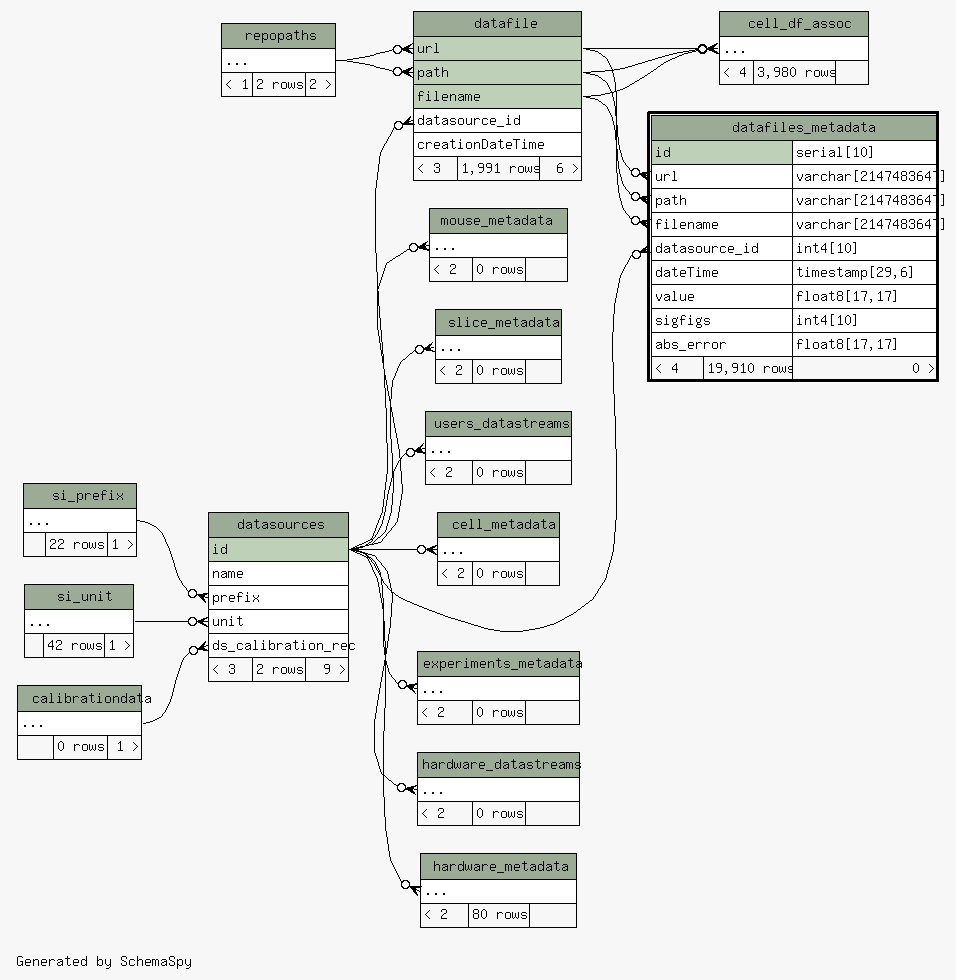
Before: database/ss/diagrams/datafiles_metadata.2degrees.png, a diagram exported from Graphviz (tgbugs/mlab). Its source is kept beside it as database/ss/diagrams/datafiles_metadata.2degrees.dot. Source of this version:
```dot
digraph "twoDegreesRelationshipsDiagram" {
  graph [
    rankdir="RL"
    bgcolor="#f7f7f7"
    label="\nGenerated by SchemaSpy"
    labeljust="l"
    nodesep="0.18"
    ranksep="0.46"
    fontname="Helvetica"
    fontsize="11"
  ];
  node [
    fontname="Helvetica"
    fontsize="11"
    shape="plaintext"
  ];
  edge [
    arrowsize="0.8"
  ];
  "cell_df_assoc":"elipses":w -> "datafile":"filename":e [arrowhead=none dir=back arrowtail=crowodot];
  "cell_df_assoc":"elipses":w -> "datafile":"path":e [arrowhead=none dir=back arrowtail=crowodot];
  "cell_df_assoc":"elipses":w -> "datafile":"url":e [arrowhead=none dir=back arrowtail=crowodot];
  "cell_metadata":"elipses":w -> "datasources":"id":e [arrowhead=none dir=back arrowtail=crowodot];
  "datafile":"datasource_id":w -> "datasources":"id":e [arrowhead=none dir=back arrowtail=crowodot];
  "datafile":"path":w -> "repopaths":"elipses":e [arrowhead=none dir=back arrowtail=crowodot];
  "datafile":"url":w -> "repopaths":"elipses":e [arrowhead=none dir=back arrowtail=crowodot];
  "datafiles_metadata":"datasource_id":w -> "datasources":"id":e [arrowhead=none dir=back arrowtail=crowodot];
  "datafiles_metadata":"filename":w -> "datafile":"filename":e [arrowhead=none dir=back arrowtail=crowodot];
  "datafiles_metadata":"path":w -> "datafile":"path":e [arrowhead=none dir=back arrowtail=crowodot];
  "datafiles_metadata":"url":w -> "datafile":"url":e [arrowhead=none dir=back arrowtail=crowodot];
  "datasources":"ds_calibration_rec":w -> "calibrationdata":"elipses":e [arrowhead=none dir=back arrowtail=crowodot];
  "datasources":"prefix":w -> "si_prefix":"elipses":e [arrowhead=none dir=back arrowtail=crowodot];
  "datasources":"unit":w -> "si_unit":"elipses":e [arrowhead=none dir=back arrowtail=crowodot];
  "experiments_metadata":"elipses":w -> "datasources":"id":e [arrowhead=none dir=back arrowtail=crowodot];
  "hardware_datastreams":"elipses":w -> "datasources":"id":e [arrowhead=none dir=back arrowtail=crowodot];
  "hardware_metadata":"elipses":w -> "datasources":"id":e [arrowhead=none dir=back arrowtail=crowodot];
  "mouse_metadata":"elipses":w -> "datasources":"id":e [arrowhead=none dir=back arrowtail=crowodot];
  "slice_metadata":"elipses":w -> "datasources":"id":e [arrowhead=none dir=back arrowtail=crowodot];
  "users_datastreams":"elipses":w -> "datasources":"id":e [arrowhead=none dir=back arrowtail=crowodot];
  "calibrationdata" [
    label=<
    <TABLE BORDER="0" CELLBORDER="1" CELLSPACING="0" BGCOLOR="#ffffff">
      <TR><TD COLSPAN="3" BGCOLOR="#9bab96" ALIGN="CENTER">calibrationdata</TD></TR>
      <TR><TD PORT="elipses" COLSPAN="3" ALIGN="LEFT">...</TD></TR>
      <TR><TD ALIGN="LEFT" BGCOLOR="#f7f7f7">  </TD><TD ALIGN="RIGHT" BGCOLOR="#f7f7f7">0 rows</TD><TD ALIGN="RIGHT" BGCOLOR="#f7f7f7">1 &gt;</TD></TR>
    </TABLE>>
    URL="calibrationdata.html"
    tooltip="calibrationdata"
  ];
  "cell_df_assoc" [
    label=<
    <TABLE BORDER="0" CELLBORDER="1" CELLSPACING="0" BGCOLOR="#ffffff">
      <TR><TD COLSPAN="3" BGCOLOR="#9bab96" ALIGN="CENTER">cell_df_assoc</TD></TR>
      <TR><TD PORT="elipses" COLSPAN="3" ALIGN="LEFT">...</TD></TR>
      <TR><TD ALIGN="LEFT" BGCOLOR="#f7f7f7">&lt; 4</TD><TD ALIGN="RIGHT" BGCOLOR="#f7f7f7">3,980 rows</TD><TD ALIGN="RIGHT" BGCOLOR="#f7f7f7">  </TD></TR>
    </TABLE>>
    URL="cell_df_assoc.html"
    tooltip="cell_df_assoc"
  ];
  "cell_metadata" [
    label=<
    <TABLE BORDER="0" CELLBORDER="1" CELLSPACING="0" BGCOLOR="#ffffff">
      <TR><TD COLSPAN="3" BGCOLOR="#9bab96" ALIGN="CENTER">cell_metadata</TD></TR>
      <TR><TD PORT="elipses" COLSPAN="3" ALIGN="LEFT">...</TD></TR>
      <TR><TD ALIGN="LEFT" BGCOLOR="#f7f7f7">&lt; 2</TD><TD ALIGN="RIGHT" BGCOLOR="#f7f7f7">0 rows</TD><TD ALIGN="RIGHT" BGCOLOR="#f7f7f7">  </TD></TR>
    </TABLE>>
    URL="cell_metadata.html"
    tooltip="cell_metadata"
  ];
  "datafile" [
    label=<
    <TABLE BORDER="0" CELLBORDER="1" CELLSPACING="0" BGCOLOR="#ffffff">
      <TR><TD COLSPAN="3" BGCOLOR="#9bab96" ALIGN="CENTER">datafile</TD></TR>
      <TR><TD PORT="url" COLSPAN="3" BGCOLOR="#bed1b8" ALIGN="LEFT">url</TD></TR>
      <TR><TD PORT="path" COLSPAN="3" BGCOLOR="#bed1b8" ALIGN="LEFT">path</TD></TR>
      <TR><TD PORT="filename" COLSPAN="3" BGCOLOR="#bed1b8" ALIGN="LEFT">filename</TD></TR>
      <TR><TD PORT="datasource_id" COLSPAN="3" ALIGN="LEFT">datasource_id</TD></TR>
      <TR><TD PORT="creationDateTime" COLSPAN="3" ALIGN="LEFT">creationDateTime</TD></TR>
      <TR><TD ALIGN="LEFT" BGCOLOR="#f7f7f7">&lt; 3</TD><TD ALIGN="RIGHT" BGCOLOR="#f7f7f7">1,991 rows</TD><TD ALIGN="RIGHT" BGCOLOR="#f7f7f7">6 &gt;</TD></TR>
    </TABLE>>
    URL="datafile.html"
    tooltip="datafile"
  ];
  "datafiles_metadata" [
    label=<
    <TABLE BORDER="2" CELLBORDER="1" CELLSPACING="0" BGCOLOR="#ffffff">
      <TR><TD COLSPAN="3" BGCOLOR="#9bab96" ALIGN="CENTER">datafiles_metadata</TD></TR>
      <TR><TD PORT="id" COLSPAN="2" BGCOLOR="#bed1b8" ALIGN="LEFT">id</TD><TD PORT="id.type" ALIGN="LEFT">serial[10]</TD></TR>
      <TR><TD PORT="url" COLSPAN="2" ALIGN="LEFT">url</TD><TD PORT="url.type" ALIGN="LEFT">varchar[2147483647]</TD></TR>
      <TR><TD PORT="path" COLSPAN="2" ALIGN="LEFT">path</TD><TD PORT="path.type" ALIGN="LEFT">varchar[2147483647]</TD></TR>
      <TR><TD PORT="filename" COLSPAN="2" ALIGN="LEFT">filename</TD><TD PORT="filename.type" ALIGN="LEFT">varchar[2147483647]</TD></TR>
      <TR><TD PORT="datasource_id" COLSPAN="2" ALIGN="LEFT">datasource_id</TD><TD PORT="datasource_id.type" ALIGN="LEFT">int4[10]</TD></TR>
      <TR><TD PORT="dateTime" COLSPAN="2" ALIGN="LEFT">dateTime</TD><TD PORT="dateTime.type" ALIGN="LEFT">timestamp[29,6]</TD></TR>
      <TR><TD PORT="value" COLSPAN="2" ALIGN="LEFT">value</TD><TD PORT="value.type" ALIGN="LEFT">float8[17,17]</TD></TR>
      <TR><TD PORT="sigfigs" COLSPAN="2" ALIGN="LEFT">sigfigs</TD><TD PORT="sigfigs.type" ALIGN="LEFT">int4[10]</TD></TR>
      <TR><TD PORT="abs_error" COLSPAN="2" ALIGN="LEFT">abs_error</TD><TD PORT="abs_error.type" ALIGN="LEFT">float8[17,17]</TD></TR>
      <TR><TD ALIGN="LEFT" BGCOLOR="#f7f7f7">&lt; 4</TD><TD ALIGN="RIGHT" BGCOLOR="#f7f7f7">19,910 rows</TD><TD ALIGN="RIGHT" BGCOLOR="#f7f7f7">0 &gt;</TD></TR>
    </TABLE>>
    URL="datafiles_metadata.html"
    tooltip="datafiles_metadata"
  ];
  "datasources" [
    label=<
    <TABLE BORDER="0" CELLBORDER="1" CELLSPACING="0" BGCOLOR="#ffffff">
      <TR><TD COLSPAN="3" BGCOLOR="#9bab96" ALIGN="CENTER">datasources</TD></TR>
      <TR><TD PORT="id" COLSPAN="3" BGCOLOR="#bed1b8" ALIGN="LEFT">id</TD></TR>
      <TR><TD PORT="name" COLSPAN="3" ALIGN="LEFT">name</TD></TR>
      <TR><TD PORT="prefix" COLSPAN="3" ALIGN="LEFT">prefix</TD></TR>
      <TR><TD PORT="unit" COLSPAN="3" ALIGN="LEFT">unit</TD></TR>
      <TR><TD PORT="ds_calibration_rec" COLSPAN="3" ALIGN="LEFT">ds_calibration_rec</TD></TR>
      <TR><TD ALIGN="LEFT" BGCOLOR="#f7f7f7">&lt; 3</TD><TD ALIGN="RIGHT" BGCOLOR="#f7f7f7">2 rows</TD><TD ALIGN="RIGHT" BGCOLOR="#f7f7f7">9 &gt;</TD></TR>
    </TABLE>>
    URL="datasources.html"
    tooltip="datasources"
  ];
  "experiments_metadata" [
    label=<
    <TABLE BORDER="0" CELLBORDER="1" CELLSPACING="0" BGCOLOR="#ffffff">
      <TR><TD COLSPAN="3" BGCOLOR="#9bab96" ALIGN="CENTER">experiments_metadata</TD></TR>
      <TR><TD PORT="elipses" COLSPAN="3" ALIGN="LEFT">...</TD></TR>
      <TR><TD ALIGN="LEFT" BGCOLOR="#f7f7f7">&lt; 2</TD><TD ALIGN="RIGHT" BGCOLOR="#f7f7f7">0 rows</TD><TD ALIGN="RIGHT" BGCOLOR="#f7f7f7">  </TD></TR>
    </TABLE>>
    URL="experiments_metadata.html"
    tooltip="experiments_metadata"
  ];
  "hardware_datastreams" [
    label=<
    <TABLE BORDER="0" CELLBORDER="1" CELLSPACING="0" BGCOLOR="#ffffff">
      <TR><TD COLSPAN="3" BGCOLOR="#9bab96" ALIGN="CENTER">hardware_datastreams</TD></TR>
      <TR><TD PORT="elipses" COLSPAN="3" ALIGN="LEFT">...</TD></TR>
      <TR><TD ALIGN="LEFT" BGCOLOR="#f7f7f7">&lt; 2</TD><TD ALIGN="RIGHT" BGCOLOR="#f7f7f7">0 rows</TD><TD ALIGN="RIGHT" BGCOLOR="#f7f7f7">  </TD></TR>
    </TABLE>>
    URL="hardware_datastreams.html"
    tooltip="hardware_datastreams"
  ];
  "hardware_metadata" [
    label=<
    <TABLE BORDER="0" CELLBORDER="1" CELLSPACING="0" BGCOLOR="#ffffff">
      <TR><TD COLSPAN="3" BGCOLOR="#9bab96" ALIGN="CENTER">hardware_metadata</TD></TR>
      <TR><TD PORT="elipses" COLSPAN="3" ALIGN="LEFT">...</TD></TR>
      <TR><TD ALIGN="LEFT" BGCOLOR="#f7f7f7">&lt; 2</TD><TD ALIGN="RIGHT" BGCOLOR="#f7f7f7">80 rows</TD><TD ALIGN="RIGHT" BGCOLOR="#f7f7f7">  </TD></TR>
    </TABLE>>
    URL="hardware_metadata.html"
    tooltip="hardware_metadata"
  ];
  "mouse_metadata" [
    label=<
    <TABLE BORDER="0" CELLBORDER="1" CELLSPACING="0" BGCOLOR="#ffffff">
      <TR><TD COLSPAN="3" BGCOLOR="#9bab96" ALIGN="CENTER">mouse_metadata</TD></TR>
      <TR><TD PORT="elipses" COLSPAN="3" ALIGN="LEFT">...</TD></TR>
      <TR><TD ALIGN="LEFT" BGCOLOR="#f7f7f7">&lt; 2</TD><TD ALIGN="RIGHT" BGCOLOR="#f7f7f7">0 rows</TD><TD ALIGN="RIGHT" BGCOLOR="#f7f7f7">  </TD></TR>
    </TABLE>>
    URL="mouse_metadata.html"
    tooltip="mouse_metadata"
  ];
  "repopaths" [
    label=<
    <TABLE BORDER="0" CELLBORDER="1" CELLSPACING="0" BGCOLOR="#ffffff">
      <TR><TD COLSPAN="3" BGCOLOR="#9bab96" ALIGN="CENTER">repopaths</TD></TR>
      <TR><TD PORT="elipses" COLSPAN="3" ALIGN="LEFT">...</TD></TR>
      <TR><TD ALIGN="LEFT" BGCOLOR="#f7f7f7">&lt; 1</TD><TD ALIGN="RIGHT" BGCOLOR="#f7f7f7">2 rows</TD><TD ALIGN="RIGHT" BGCOLOR="#f7f7f7">2 &gt;</TD></TR>
    </TABLE>>
    URL="repopaths.html"
    tooltip="repopaths"
  ];
  "si_prefix" [
    label=<
    <TABLE BORDER="0" CELLBORDER="1" CELLSPACING="0" BGCOLOR="#ffffff">
      <TR><TD COLSPAN="3" BGCOLOR="#9bab96" ALIGN="CENTER">si_prefix</TD></TR>
      <TR><TD PORT="elipses" COLSPAN="3" ALIGN="LEFT">...</TD></TR>
      <TR><TD ALIGN="LEFT" BGCOLOR="#f7f7f7">  </TD><TD ALIGN="RIGHT" BGCOLOR="#f7f7f7">22 rows</TD><TD ALIGN="RIGHT" BGCOLOR="#f7f7f7">1 &gt;</TD></TR>
    </TABLE>>
    URL="si_prefix.html"
    tooltip="si_prefix"
  ];
  "si_unit" [
    label=<
    <TABLE BORDER="0" CELLBORDER="1" CELLSPACING="0" BGCOLOR="#ffffff">
      <TR><TD COLSPAN="3" BGCOLOR="#9bab96" ALIGN="CENTER">si_unit</TD></TR>
      <TR><TD PORT="elipses" COLSPAN="3" ALIGN="LEFT">...</TD></TR>
      <TR><TD ALIGN="LEFT" BGCOLOR="#f7f7f7">  </TD><TD ALIGN="RIGHT" BGCOLOR="#f7f7f7">42 rows</TD><TD ALIGN="RIGHT" BGCOLOR="#f7f7f7">1 &gt;</TD></TR>
    </TABLE>>
    URL="si_unit.html"
    tooltip="si_unit"
  ];
  "slice_metadata" [
    label=<
    <TABLE BORDER="0" CELLBORDER="1" CELLSPACING="0" BGCOLOR="#ffffff">
      <TR><TD COLSPAN="3" BGCOLOR="#9bab96" ALIGN="CENTER">slice_metadata</TD></TR>
      <TR><TD PORT="elipses" COLSPAN="3" ALIGN="LEFT">...</TD></TR>
      <TR><TD ALIGN="LEFT" BGCOLOR="#f7f7f7">&lt; 2</TD><TD ALIGN="RIGHT" BGCOLOR="#f7f7f7">0 rows</TD><TD ALIGN="RIGHT" BGCOLOR="#f7f7f7">  </TD></TR>
    </TABLE>>
    URL="slice_metadata.html"
    tooltip="slice_metadata"
  ];
  "users_datastreams" [
    label=<
    <TABLE BORDER="0" CELLBORDER="1" CELLSPACING="0" BGCOLOR="#ffffff">
      <TR><TD COLSPAN="3" BGCOLOR="#9bab96" ALIGN="CENTER">users_datastreams</TD></TR>
      <TR><TD PORT="elipses" COLSPAN="3" ALIGN="LEFT">...</TD></TR>
      <TR><TD ALIGN="LEFT" BGCOLOR="#f7f7f7">&lt; 2</TD><TD ALIGN="RIGHT" BGCOLOR="#f7f7f7">0 rows</TD><TD ALIGN="RIGHT" BGCOLOR="#f7f7f7">  </TD></TR>
    </TABLE>>
    URL="users_datastreams.html"
    tooltip="users_datastreams"
  ];
}
```
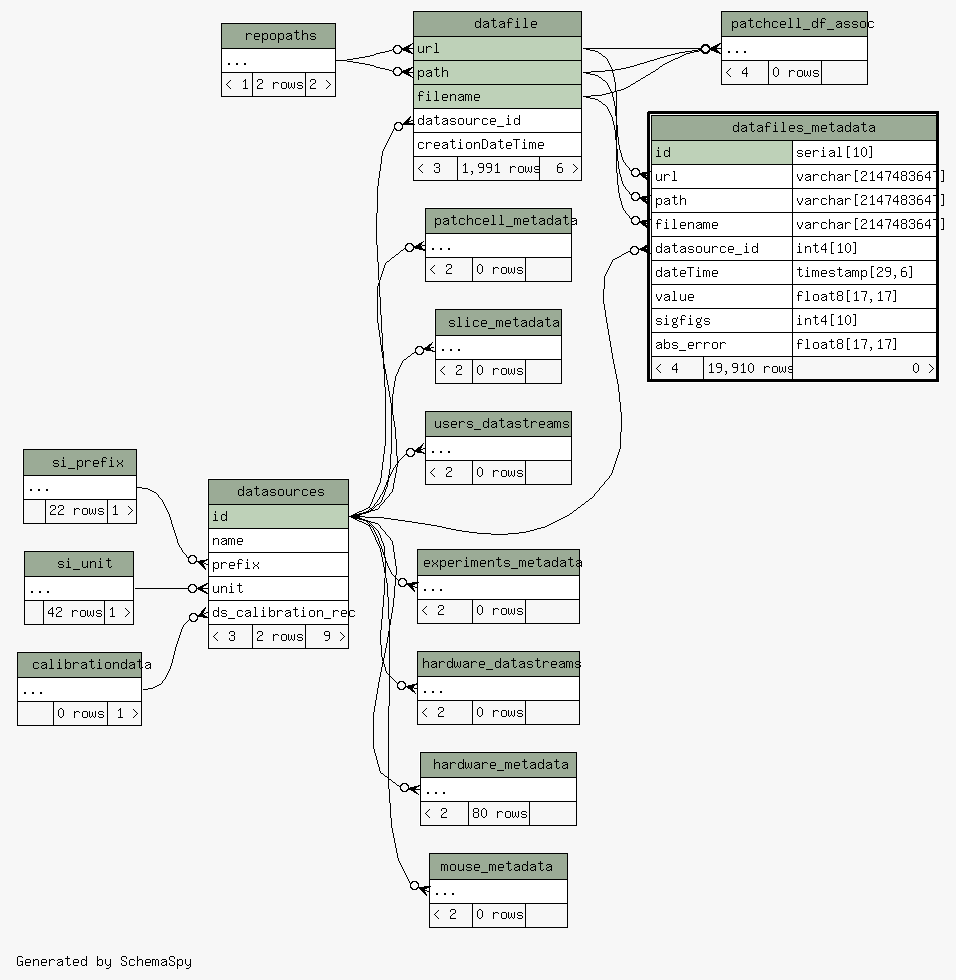
The same file after the commit.

What changed in the source:
```diff
@@ -17,10 +17,6 @@
   edge [
     arrowsize="0.8"
   ];
-  "cell_df_assoc":"elipses":w -> "datafile":"filename":e [arrowhead=none dir=back arrowtail=crowodot];
-  "cell_df_assoc":"elipses":w -> "datafile":"path":e [arrowhead=none dir=back arrowtail=crowodot];
-  "cell_df_assoc":"elipses":w -> "datafile":"url":e [arrowhead=none dir=back arrowtail=crowodot];
-  "cell_metadata":"elipses":w -> "datasources":"id":e [arrowhead=none dir=back arrowtail=crowodot];
   "datafile":"datasource_id":w -> "datasources":"id":e [arrowhead=none dir=back arrowtail=crowodot];
   "datafile":"path":w -> "repopaths":"elipses":e [arrowhead=none dir=back arrowtail=crowodot];
   "datafile":"url":w -> "repopaths":"elipses":e [arrowhead=none dir=back arrowtail=crowodot];
@@ -35,6 +31,10 @@
   "hardware_datastreams":"elipses":w -> "datasources":"id":e [arrowhead=none dir=back arrowtail=crowodot];
   "hardware_metadata":"elipses":w -> "datasources":"id":e [arrowhead=none dir=back arrowtail=crowodot];
   "mouse_metadata":"elipses":w -> "datasources":"id":e [arrowhead=none dir=back arrowtail=crowodot];
+  "patchcell_df_assoc":"elipses":w -> "datafile":"filename":e [arrowhead=none dir=back arrowtail=crowodot];
+  "patchcell_df_assoc":"elipses":w -> "datafile":"path":e [arrowhead=none dir=back arrowtail=crowodot];
+  "patchcell_df_assoc":"elipses":w -> "datafile":"url":e [arrowhead=none dir=back arrowtail=crowodot];
+  "patchcell_metadata":"elipses":w -> "datasources":"id":e [arrowhead=none dir=back arrowtail=crowodot];
   "slice_metadata":"elipses":w -> "datasources":"id":e [arrowhead=none dir=back arrowtail=crowodot];
   "users_datastreams":"elipses":w -> "datasources":"id":e [arrowhead=none dir=back arrowtail=crowodot];
   "calibrationdata" [
@@ -46,26 +46,6 @@
     </TABLE>>
     URL="calibrationdata.html"
     tooltip="calibrationdata"
-  ];
-  "cell_df_assoc" [
-    label=<
-    <TABLE BORDER="0" CELLBORDER="1" CELLSPACING="0" BGCOLOR="#ffffff">
-      <TR><TD COLSPAN="3" BGCOLOR="#9bab96" ALIGN="CENTER">cell_df_assoc</TD></TR>
-      <TR><TD PORT="elipses" COLSPAN="3" ALIGN="LEFT">...</TD></TR>
-      <TR><TD ALIGN="LEFT" BGCOLOR="#f7f7f7">&lt; 4</TD><TD ALIGN="RIGHT" BGCOLOR="#f7f7f7">3,980 rows</TD><TD ALIGN="RIGHT" BGCOLOR="#f7f7f7">  </TD></TR>
-    </TABLE>>
-    URL="cell_df_assoc.html"
-    tooltip="cell_df_assoc"
-  ];
-  "cell_metadata" [
-    label=<
-    <TABLE BORDER="0" CELLBORDER="1" CELLSPACING="0" BGCOLOR="#ffffff">
-      <TR><TD COLSPAN="3" BGCOLOR="#9bab96" ALIGN="CENTER">cell_metadata</TD></TR>
-      <TR><TD PORT="elipses" COLSPAN="3" ALIGN="LEFT">...</TD></TR>
-      <TR><TD ALIGN="LEFT" BGCOLOR="#f7f7f7">&lt; 2</TD><TD ALIGN="RIGHT" BGCOLOR="#f7f7f7">0 rows</TD><TD ALIGN="RIGHT" BGCOLOR="#f7f7f7">  </TD></TR>
-    </TABLE>>
-    URL="cell_metadata.html"
-    tooltip="cell_metadata"
   ];
   "datafile" [
     label=<
@@ -153,6 +133,26 @@
     URL="mouse_metadata.html"
     tooltip="mouse_metadata"
   ];
+  "patchcell_df_assoc" [
+    label=<
+    <TABLE BORDER="0" CELLBORDER="1" CELLSPACING="0" BGCOLOR="#ffffff">
+      <TR><TD COLSPAN="3" BGCOLOR="#9bab96" ALIGN="CENTER">patchcell_df_assoc</TD></TR>
+      <TR><TD PORT="elipses" COLSPAN="3" ALIGN="LEFT">...</TD></TR>
+      <TR><TD ALIGN="LEFT" BGCOLOR="#f7f7f7">&lt; 4</TD><TD ALIGN="RIGHT" BGCOLOR="#f7f7f7">0 rows</TD><TD ALIGN="RIGHT" BGCOLOR="#f7f7f7">  </TD></TR>
+    </TABLE>>
+    URL="patchcell_df_assoc.html"
+    tooltip="patchcell_df_assoc"
+  ];
+  "patchcell_metadata" [
+    label=<
+    <TABLE BORDER="0" CELLBORDER="1" CELLSPACING="0" BGCOLOR="#ffffff">
+      <TR><TD COLSPAN="3" BGCOLOR="#9bab96" ALIGN="CENTER">patchcell_metadata</TD></TR>
+      <TR><TD PORT="elipses" COLSPAN="3" ALIGN="LEFT">...</TD></TR>
+      <TR><TD ALIGN="LEFT" BGCOLOR="#f7f7f7">&lt; 2</TD><TD ALIGN="RIGHT" BGCOLOR="#f7f7f7">0 rows</TD><TD ALIGN="RIGHT" BGCOLOR="#f7f7f7">  </TD></TR>
+    </TABLE>>
+    URL="patchcell_metadata.html"
+    tooltip="patchcell_metadata"
+  ];
   "repopaths" [
     label=<
     <TABLE BORDER="0" CELLBORDER="1" CELLSPACING="0" BGCOLOR="#ffffff">
```
